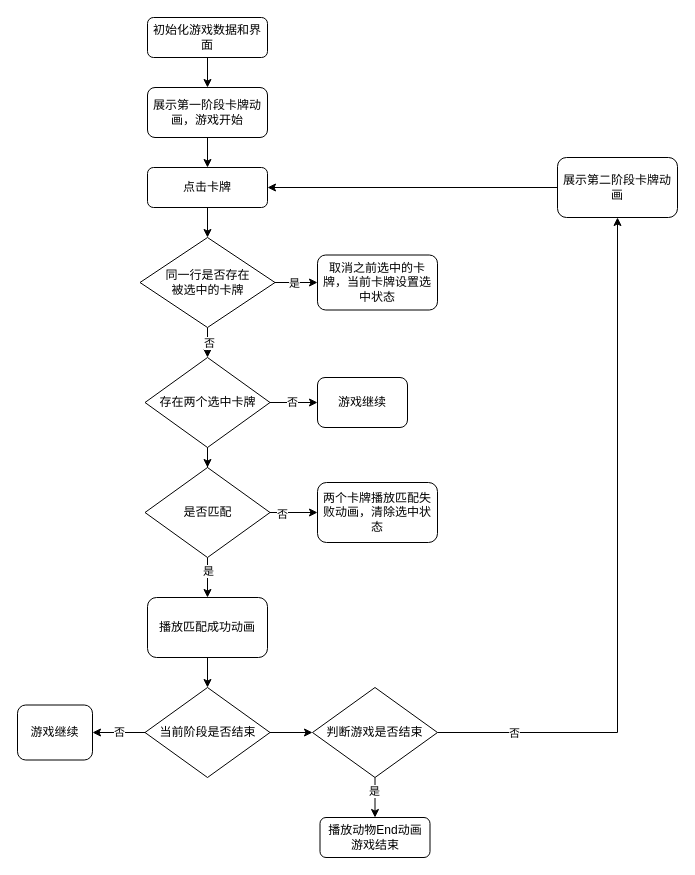
Before: ear.drawio in NicoleXiao/Draw, a draw.io diagram. Source tidied: cells renumbered, new cells numbered last; positions are measured from the earlier drawing's top-left corner, leaving out a move shared by most shapes. Both pictures are drawn from the tidied source at 100%, with x=0, y=0 at pixel (17, 17).
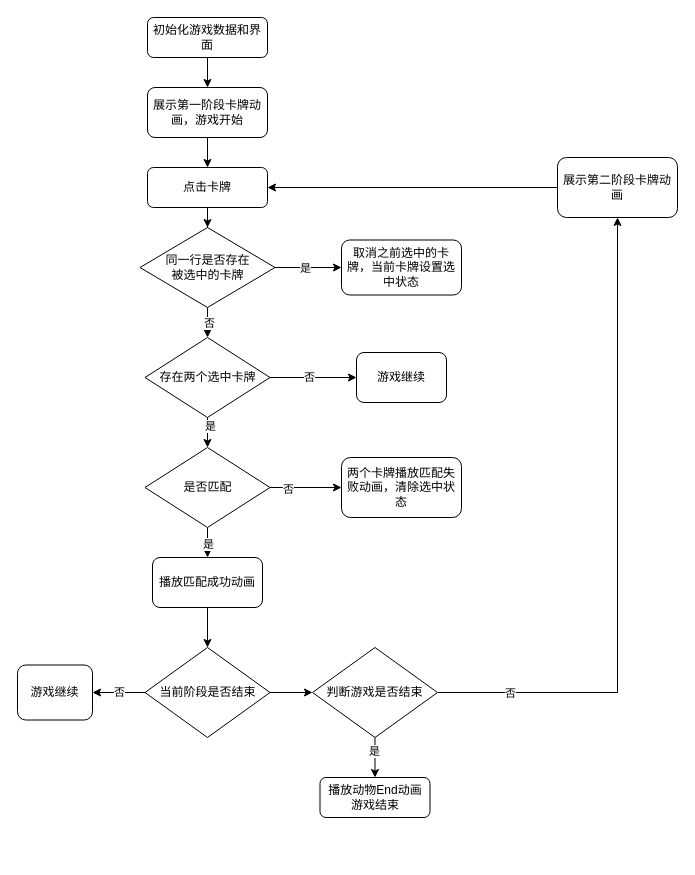
Above is the later version.

The change refers to these unchanged cells:
```xml
<mxCell id="16" style="edgeStyle=orthogonalEdgeStyle;rounded=0;jettySize=auto;html=1;" parent="1" edge="1" source="17" target="23">
  <mxGeometry relative="1" as="geometry" />
</mxCell>
```

Change to the diagram source:
```diff
@@
     <mxCell id="12" value="&lt;span&gt;同一行是否存在&lt;br&gt;被选中的卡牌&lt;/span&gt;" style="rhombus;whiteSpace=wrap;html=1;" parent="1" vertex="1">
-      <mxGeometry x="122.5" y="220" width="135" height="90" as="geometry" />
+      <mxGeometry x="122.5" y="210" width="135" height="80" as="geometry" />
     </mxCell>
     <mxCell id="13" value="&lt;span&gt;取消之前选中的卡牌，当前卡牌设置选中状态&lt;/span&gt;" style="rounded=1;whiteSpace=wrap;html=1;" parent="1" vertex="1">
-      <mxGeometry x="300" y="237.5" width="120" height="55" as="geometry" />
+      <mxGeometry x="324" y="222.5" width="120" height="55" as="geometry" />
     </mxCell>
@@
+    <mxCell id="39" value="是" style="edgeLabel;html=1;align=center;verticalAlign=middle;" parent="16" vertex="1">
+      <mxGeometry x="-0.68" y="2" relative="1" as="geometry" />
+    </mxCell>
     <mxCell id="17" value="存在两个选中卡牌" style="rhombus;whiteSpace=wrap;html=1;" parent="1" vertex="1">
-      <mxGeometry x="127.5" y="340" width="125" height="90" as="geometry" />
+      <mxGeometry x="127.5" y="320" width="125" height="80" as="geometry" />
     </mxCell>
     <mxCell id="18" value="游戏继续" style="rounded=1;whiteSpace=wrap;html=1;" parent="1" vertex="1">
-      <mxGeometry x="300" y="360" width="90" height="50" as="geometry" />
+      <mxGeometry x="339" y="335" width="90" height="50" as="geometry" />
     </mxCell>
@@
     <mxCell id="23" value="是否匹配" style="rhombus;whiteSpace=wrap;html=1;" parent="1" vertex="1">
-      <mxGeometry x="127.5" y="450" width="125" height="90" as="geometry" />
+      <mxGeometry x="127.5" y="430" width="125" height="80" as="geometry" />
     </mxCell>
     <mxCell id="24" value="两个卡牌播放匹配失败动画，清除选中状态" style="rounded=1;whiteSpace=wrap;html=1;" parent="1" vertex="1">
-      <mxGeometry x="300" y="465" width="120" height="60" as="geometry" />
+      <mxGeometry x="324" y="440" width="120" height="60" as="geometry" />
     </mxCell>
@@
     <mxCell id="26" value="播放匹配成功动画" style="rounded=1;whiteSpace=wrap;html=1;" parent="1" vertex="1">
-      <mxGeometry x="130" y="580" width="120" height="60" as="geometry" />
+      <mxGeometry x="135" y="540" width="110" height="50" as="geometry" />
     </mxCell>
@@
     <mxCell id="29" value="当前阶段是否结束" style="rhombus;whiteSpace=wrap;html=1;" parent="1" vertex="1">
-      <mxGeometry x="127.5" y="670" width="125" height="90" as="geometry" />
+      <mxGeometry x="127.5" y="630" width="125" height="90" as="geometry" />
     </mxCell>
     <mxCell id="30" value="游戏继续" style="rounded=1;whiteSpace=wrap;html=1;" parent="1" vertex="1">
-      <mxGeometry y="687.5" width="75" height="55" as="geometry" />
+      <mxGeometry y="647.5" width="75" height="55" as="geometry" />
     </mxCell>
@@
     <mxCell id="35" value="判断游戏是否结束" style="rhombus;whiteSpace=wrap;html=1;" parent="1" vertex="1">
-      <mxGeometry x="295" y="670" width="125" height="90" as="geometry" />
+      <mxGeometry x="295" y="630" width="125" height="90" as="geometry" />
     </mxCell>
     <mxCell id="36" value="播放动物End动画&lt;br&gt;游戏结束" style="rounded=1;whiteSpace=wrap;html=1;" parent="1" vertex="1">
-      <mxGeometry x="302.5" y="800" width="110" height="40" as="geometry" />
+      <mxGeometry x="302.5" y="760" width="110" height="40" as="geometry" />
     </mxCell>
```
